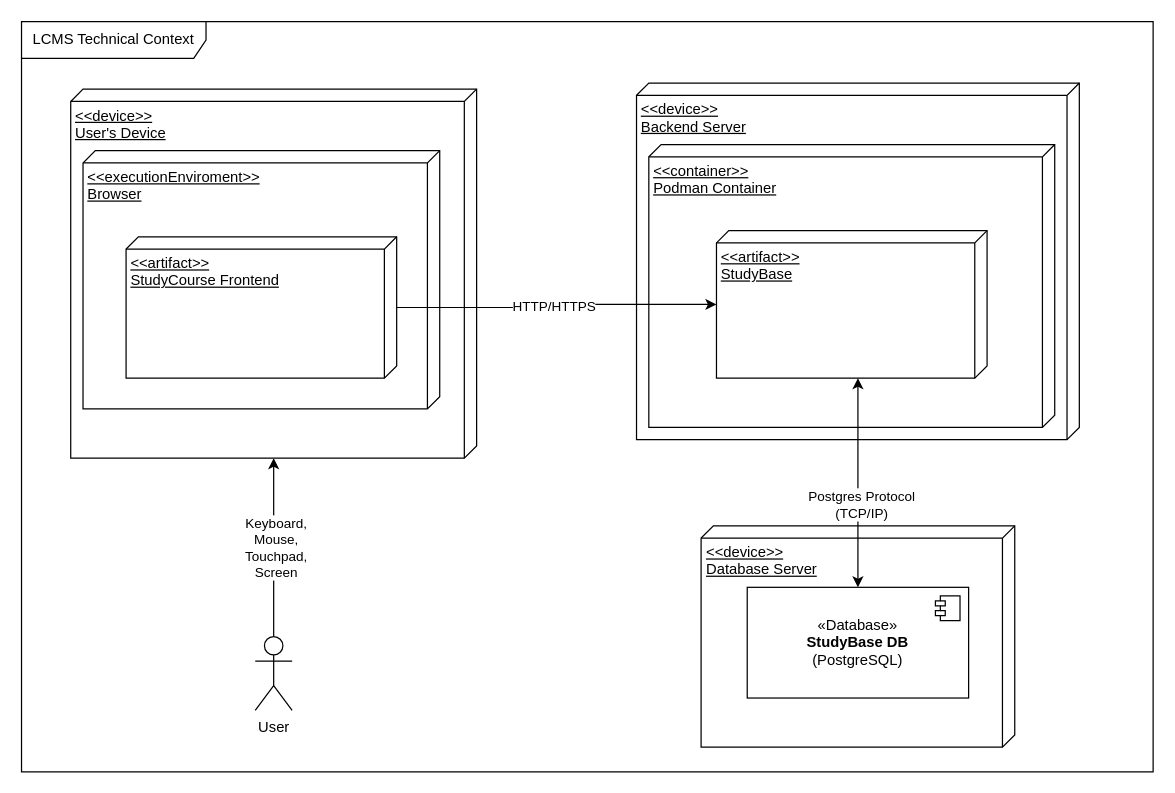
Above: Simple_Technical_context_lcms.drawio in MarkTkachov/lcms_diagrams (draw.io), before the change. Source tidied: cells renumbered, new cells numbered last; positions are measured from the earlier drawing's top-left corner, leaving out a move shared by most shapes. Both pictures are drawn from the tidied source at 123%, with x=0, y=0 at pixel (21, 21).
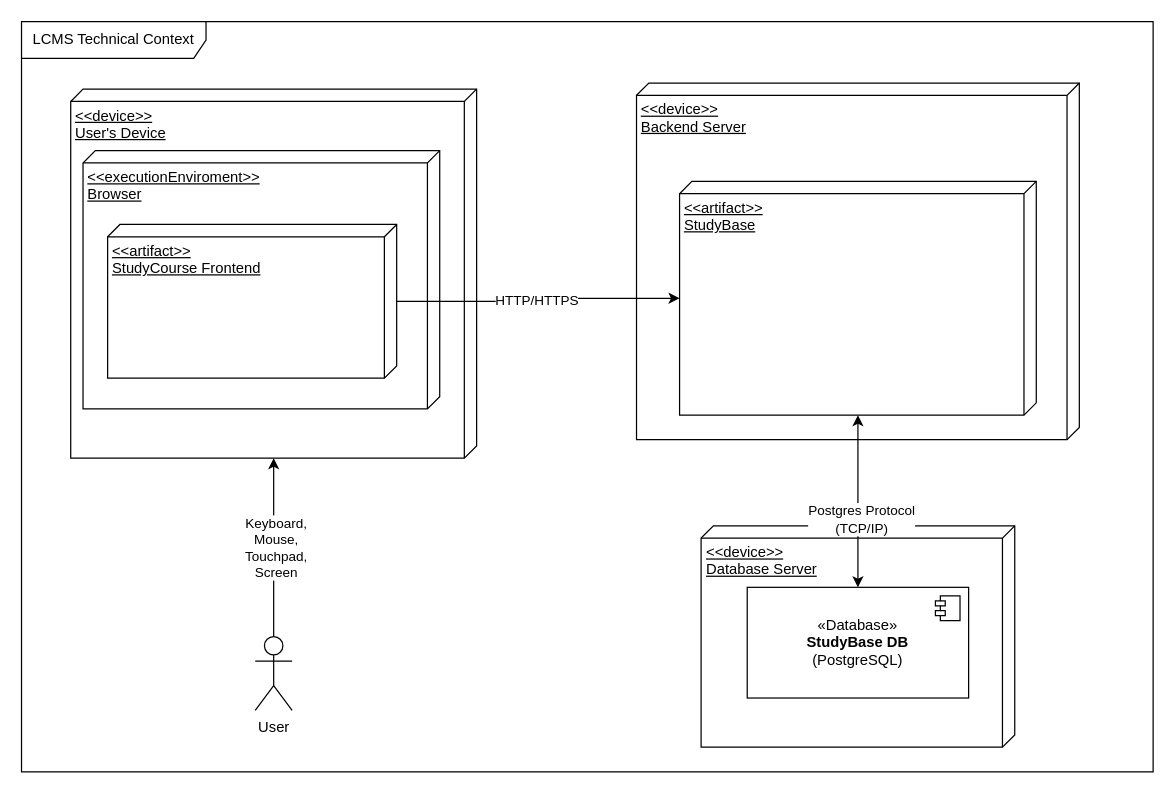
The same page after the edit.

Unchanged cells that the change refers to:
```xml
<mxCell id="6" style="group;" parent="1" vertex="1">
  <mxGeometry x="40" y="55" width="430" height="370" as="geometry" />
</mxCell>
```

What changed in the source:
```diff
@@
     <mxCell id="9" value="&lt;div&gt;&amp;lt;&amp;lt;artifact&amp;gt;&amp;gt;&lt;/div&gt;&lt;div&gt;StudyCourse Frontend&lt;br&gt;&lt;/div&gt;" style="verticalAlign=top;align=left;spacingTop=8;spacingLeft=2;spacingRight=12;shape=cube;size=10;direction=south;fontStyle=4;html=1;whiteSpace=wrap;" parent="6" vertex="1">
-      <mxGeometry x="45" y="120" width="220" height="115" as="geometry" />
+      <mxGeometry x="30" y="110" width="235" height="125" as="geometry" />
     </mxCell>
@@
-    <mxCell id="11" value="&lt;div&gt;&amp;lt;&amp;lt;container&amp;gt;&amp;gt;&lt;/div&gt;&lt;div&gt;Podman Container&lt;br&gt;&lt;/div&gt;" style="verticalAlign=top;align=left;spacingTop=8;spacingLeft=2;spacingRight=12;shape=cube;size=10;direction=south;fontStyle=4;html=1;whiteSpace=wrap;" parent="1" vertex="1">
-      <mxGeometry x="510" y="100" width="330" height="230" as="geometry" />
-    </mxCell>
     <mxCell id="12" value="&lt;div&gt;&amp;lt;&amp;lt;artifact&amp;gt;&amp;gt;&lt;/div&gt;&lt;div&gt;StudyBase&lt;br&gt;&lt;/div&gt;" style="verticalAlign=top;align=left;spacingTop=8;spacingLeft=2;spacingRight=12;shape=cube;size=10;direction=south;fontStyle=4;html=1;whiteSpace=wrap;" parent="1" vertex="1">
-      <mxGeometry x="565" y="170" width="220" height="120" as="geometry" />
+      <mxGeometry x="535" y="130" width="290" height="190" as="geometry" />
     </mxCell>
```
